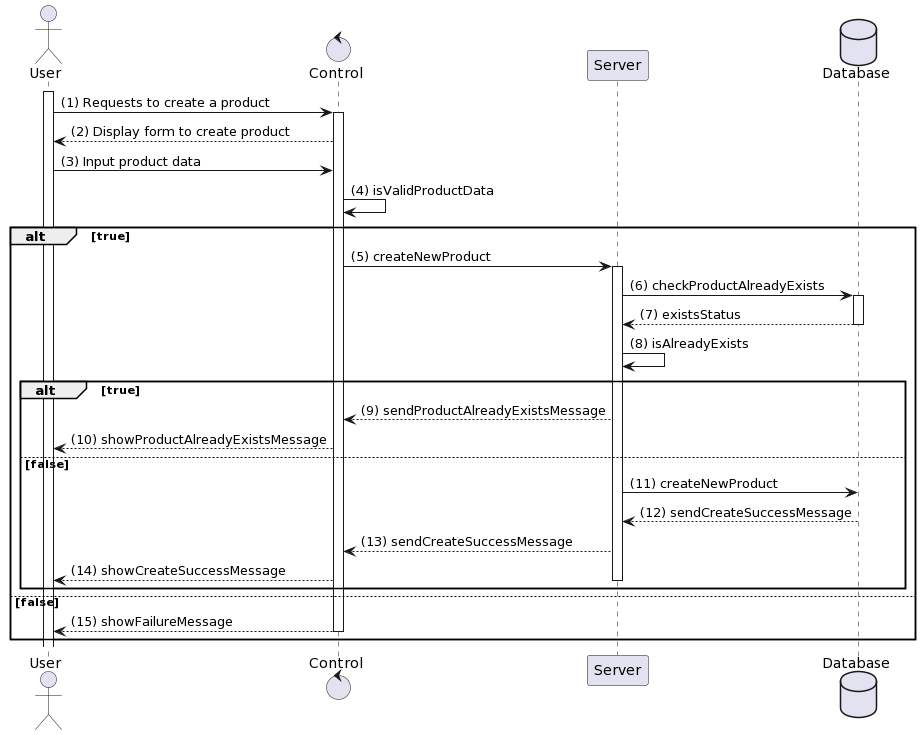
H1eu69/SE357-Pratice-class keeps this PlantUML diagram as Lab 1/Lab 1.2/sequence_diagram/product_management/create_product.png. Above is the earlier version.
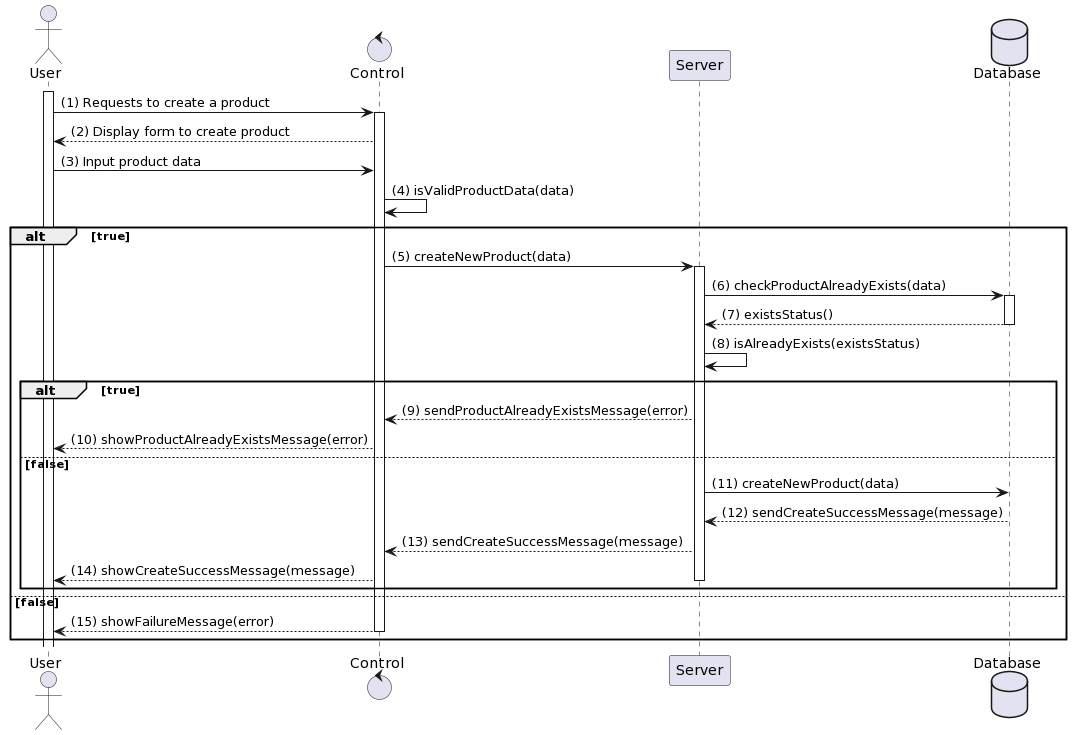
After the commit.

The edit, as a diff of the source:
```diff
@@ -9,28 +9,28 @@
 activate C
 C --> User: (2) Display form to create product
 User -> C: (3) Input product data
-C -> C: (4) isValidProductData
+C -> C: (4) isValidProductData(data)
 alt true
-    C -> S: (5) createNewProduct
+    C -> S: (5) createNewProduct(data)
     activate S
-    S -> Database: (6) checkProductAlreadyExists
+    S -> Database: (6) checkProductAlreadyExists(data)
     activate Database
-    Database --> S: (7) existsStatus
+    Database --> S: (7) existsStatus()
     deactivate Database
-    S -> S: (8) isAlreadyExists
+    S -> S: (8) isAlreadyExists(existsStatus)
     alt true
-        S --> C: (9) sendProductAlreadyExistsMessage
-        C --> User: (10) showProductAlreadyExistsMessage
+        S --> C: (9) sendProductAlreadyExistsMessage(error)
+        C --> User: (10) showProductAlreadyExistsMessage(error)
     else false
-        S -> Database: (11) createNewProduct
-        Database --> S: (12) sendCreateSuccessMessage
+        S -> Database: (11) createNewProduct(data)
+        Database --> S: (12) sendCreateSuccessMessage(message)
         deactivate Database
-        S --> C: (13) sendCreateSuccessMessage
-        C --> User: (14) showCreateSuccessMessage
+        S --> C: (13) sendCreateSuccessMessage(message)
+        C --> User: (14) showCreateSuccessMessage(message)
         deactivate S
     end
 else false
-    C --> User: (15) showFailureMessage
+    C --> User: (15) showFailureMessage(error)
     deactivate C
 end
 @enduml
```
